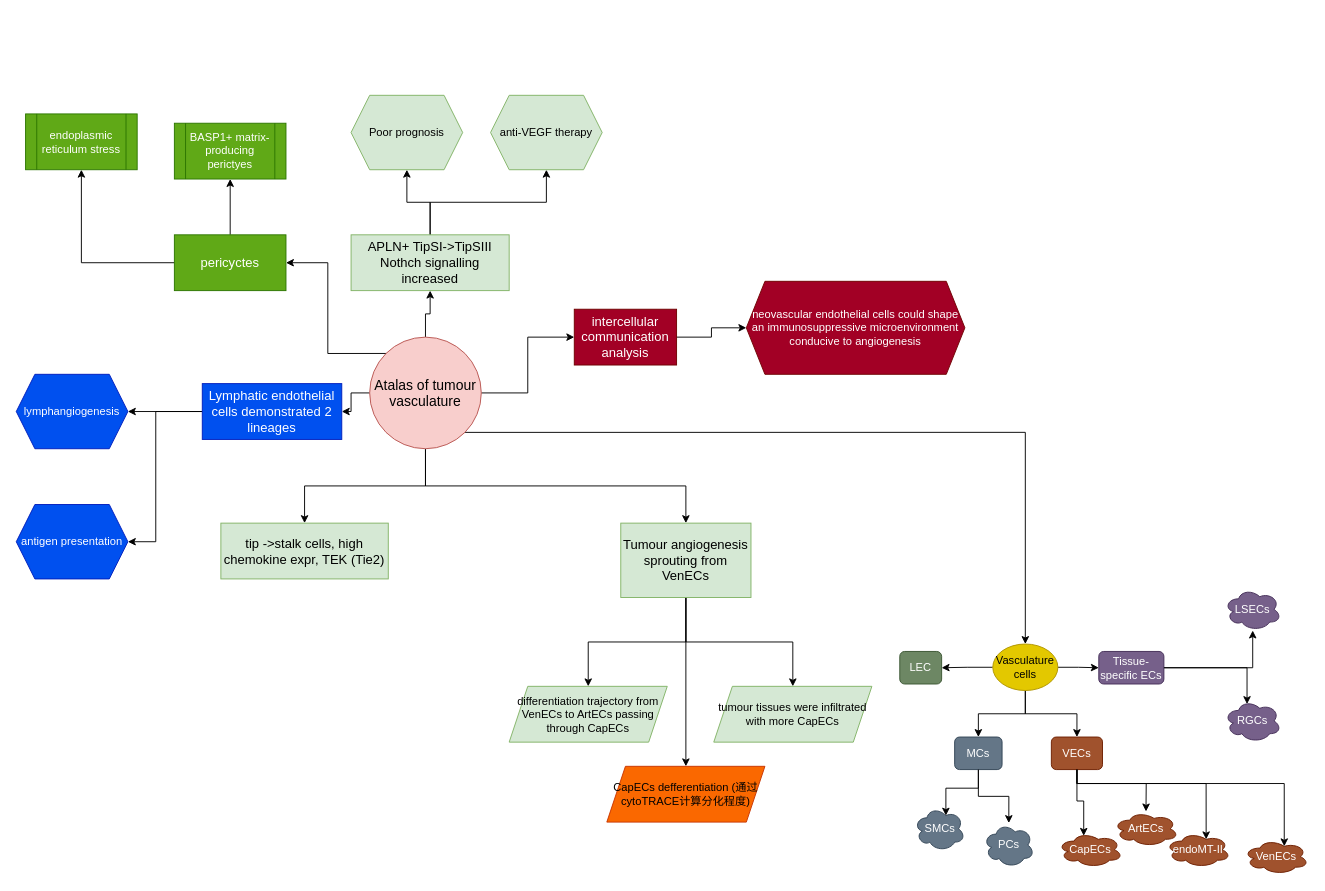
Earlier version of the draw.io diagram drawio_storage/mindmap_paper_tumour_vasculature_at_sc_resolution.drawio (ZhouYing0818/images_storage). Source tidied: cells renumbered, new cells numbered last; positions are measured from the earlier drawing's top-left corner, leaving out a move shared by most shapes. Both pictures are drawn from the tidied source at 93%, with x=0, y=0 at pixel (16, 95).
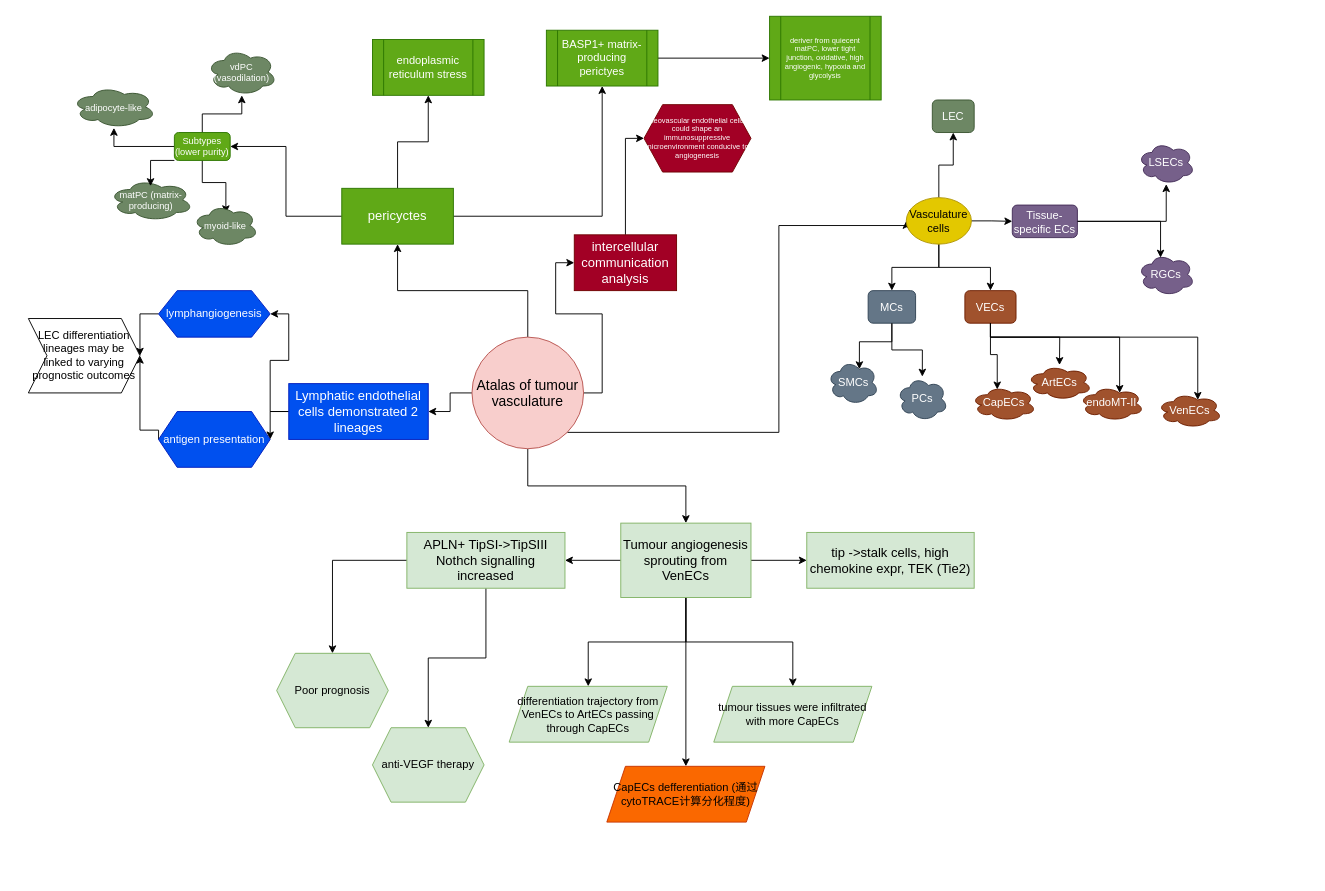
Above is the later version.

Unchanged cells that the change refers to:
```xml
<mxCell id="13" value="Tumour angiogenesis sprouting from VenECs" style="whiteSpace=wrap;html=1;fillColor=#d5e8d4;strokeColor=#82b366;fontSize=14;" parent="1" vertex="1">
  <mxGeometry x="650" y="460" width="140" height="80" as="geometry" />
</mxCell>
```

What changed in the source:
```diff
@@
-    <mxCell id="3" style="edgeStyle=orthogonalEdgeStyle;rounded=0;jettySize=auto;html=1;" parent="1" edge="1" source="9" target="16">
+    <mxCell id="3" style="edgeStyle=orthogonalEdgeStyle;rounded=0;jettySize=auto;html=1;exitX=0;exitY=0.5;exitDx=0;exitDy=0;" parent="1" edge="1" source="13" target="16">
       <mxGeometry relative="1" as="geometry" />
     </mxCell>
-    <mxCell id="4" style="edgeStyle=orthogonalEdgeStyle;rounded=0;jettySize=auto;html=1;" parent="1" edge="1" source="9" target="17">
-      <mxGeometry relative="1" as="geometry" />
-    </mxCell>
@@
-    <mxCell id="7" style="edgeStyle=orthogonalEdgeStyle;rounded=0;jettySize=auto;html=1;exitX=0;exitY=0;exitDx=0;exitDy=0;entryX=1;entryY=0.5;entryDx=0;entryDy=0;" parent="1" edge="1" source="9" target="29">
+    <mxCell id="7" style="edgeStyle=orthogonalEdgeStyle;rounded=0;jettySize=auto;html=1;exitX=0.5;exitY=0;exitDx=0;exitDy=0;entryX=0.5;entryY=1;entryDx=0;entryDy=0;" parent="1" edge="1" source="9" target="29">
       <mxGeometry relative="1" as="geometry" />
     </mxCell>
-    <mxCell id="8" style="edgeStyle=orthogonalEdgeStyle;rounded=0;jettySize=auto;html=1;exitX=1;exitY=1;exitDx=0;exitDy=0;" parent="1" edge="1" source="9" target="37">
-      <mxGeometry relative="1" as="geometry" />
+    <mxCell id="8" style="edgeStyle=orthogonalEdgeStyle;rounded=0;jettySize=auto;html=1;exitX=1;exitY=1;exitDx=0;exitDy=0;entryX=0;entryY=0.5;entryDx=0;entryDy=0;" parent="1" edge="1" source="9" target="37">
+      <mxGeometry relative="1" as="geometry">
+        <Array as="points">
+          <mxPoint x="820" y="362" />
+          <mxPoint x="820" y="140" />
+          <mxPoint x="957" y="140" />
+        </Array>
+      </mxGeometry>
     </mxCell>
     <mxCell id="9" value="Atalas of tumour vasculature" style="ellipse;whiteSpace=wrap;html=1;fillColor=#f8cecc;strokeColor=#b85450;fontSize=15;" parent="1" vertex="1">
-      <mxGeometry x="380" y="260" width="120" height="120" as="geometry" />
+      <mxGeometry x="490" y="260" width="120" height="120" as="geometry" />
     </mxCell>
@@
+    <mxCell id="61" style="edgeStyle=orthogonalEdgeStyle;rounded=0;jettySize=auto;html=1;exitX=1;exitY=0.5;exitDx=0;exitDy=0;entryX=0;entryY=0.5;entryDx=0;entryDy=0;" parent="1" edge="1" source="13" target="17">
+      <mxGeometry relative="1" as="geometry" />
+    </mxCell>
@@
-    <mxCell id="15" style="edgeStyle=orthogonalEdgeStyle;rounded=0;jettySize=auto;html=1;exitX=0.5;exitY=0;exitDx=0;exitDy=0;" parent="1" edge="1" source="16" target="19">
+    <mxCell id="15" style="edgeStyle=orthogonalEdgeStyle;rounded=0;jettySize=auto;html=1;exitX=0.5;exitY=1;exitDx=0;exitDy=0;" parent="1" edge="1" source="16" target="19">
       <mxGeometry relative="1" as="geometry" />
     </mxCell>
     <mxCell id="16" value="APLN+ TipSI-&amp;gt;TipSIII Nothch signalling increased" style="whiteSpace=wrap;html=1;fillColor=#d5e8d4;strokeColor=#82b366;fontSize=14;" parent="1" vertex="1">
-      <mxGeometry x="360" y="150" width="170" height="60" as="geometry" />
+      <mxGeometry x="420" y="470" width="170" height="60" as="geometry" />
     </mxCell>
     <mxCell id="17" value="tip -&amp;gt;stalk cells, high chemokine expr, TEK (Tie2)" style="whiteSpace=wrap;html=1;fillColor=#d5e8d4;strokeColor=#82b366;fontSize=14;" parent="1" vertex="1">
-      <mxGeometry x="220" y="460" width="180" height="60" as="geometry" />
+      <mxGeometry x="850" y="470" width="180" height="60" as="geometry" />
     </mxCell>
     <mxCell id="18" value="Poor prognosis" style="shape=hexagon;perimeter=hexagonPerimeter2;whiteSpace=wrap;html=1;fixedSize=1;fillColor=#d5e8d4;strokeColor=#82b366;" parent="1" vertex="1">
-      <mxGeometry x="360" width="120" height="80" as="geometry" />
+      <mxGeometry x="280" y="600" width="120" height="80" as="geometry" />
     </mxCell>
     <mxCell id="19" value="anti-VEGF therapy" style="shape=hexagon;perimeter=hexagonPerimeter2;whiteSpace=wrap;html=1;fixedSize=1;fillColor=#d5e8d4;strokeColor=#82b366;" parent="1" vertex="1">
-      <mxGeometry x="510" width="120" height="80" as="geometry" />
+      <mxGeometry x="383" y="680" width="120" height="80" as="geometry" />
     </mxCell>
-    <mxCell id="20" style="edgeStyle=orthogonalEdgeStyle;rounded=0;jettySize=auto;html=1;" parent="1" edge="1" source="22" target="23">
+    <mxCell id="20" style="edgeStyle=orthogonalEdgeStyle;rounded=0;jettySize=auto;html=1;entryX=1;entryY=0.5;entryDx=0;entryDy=0;" parent="1" edge="1" source="22" target="23">
       <mxGeometry relative="1" as="geometry" />
     </mxCell>
-    <mxCell id="21" style="edgeStyle=orthogonalEdgeStyle;rounded=0;jettySize=auto;html=1;exitX=0;exitY=0.5;exitDx=0;exitDy=0;" parent="1" edge="1" source="22" target="24">
-      <mxGeometry relative="1" as="geometry">
-        <Array as="points">
-          <mxPoint x="150" y="340" />
-          <mxPoint x="150" y="480" />
-        </Array>
-      </mxGeometry>
+    <mxCell id="21" style="edgeStyle=orthogonalEdgeStyle;rounded=0;jettySize=auto;html=1;exitX=0;exitY=0.5;exitDx=0;exitDy=0;entryX=1;entryY=0.5;entryDx=0;entryDy=0;" parent="1" edge="1" source="22" target="24">
+      <mxGeometry relative="1" as="geometry" />
     </mxCell>
     <mxCell id="22" value="Lymphatic endothelial cells demonstrated 2 lineages" style="whiteSpace=wrap;html=1;fillColor=#0050ef;strokeColor=#001DBC;fontColor=#ffffff;fontSize=14;" parent="1" vertex="1">
-      <mxGeometry x="200" y="310" width="150" height="60" as="geometry" />
+      <mxGeometry x="293" y="310" width="150" height="60" as="geometry" />
     </mxCell>
+    <mxCell id="62" style="edgeStyle=orthogonalEdgeStyle;rounded=0;jettySize=auto;html=1;exitX=0;exitY=0.5;exitDx=0;exitDy=0;entryX=1;entryY=0.5;entryDx=0;entryDy=0;" parent="1" edge="1" source="23" target="66">
+      <mxGeometry relative="1" as="geometry" />
+    </mxCell>
     <mxCell id="23" value="lymphangiogenesis" style="shape=hexagon;perimeter=hexagonPerimeter2;whiteSpace=wrap;html=1;fixedSize=1;fillColor=#0050ef;strokeColor=#001DBC;fontColor=#ffffff;" parent="1" vertex="1">
-      <mxGeometry y="300" width="120" height="80" as="geometry" />
+      <mxGeometry x="153" y="210" width="120" height="50" as="geometry" />
     </mxCell>
+    <mxCell id="63" style="edgeStyle=orthogonalEdgeStyle;rounded=0;jettySize=auto;html=1;exitX=0;exitY=0.5;exitDx=0;exitDy=0;entryX=1;entryY=0.5;entryDx=0;entryDy=0;" parent="1" edge="1" source="24" target="66">
+      <mxGeometry relative="1" as="geometry">
+        <Array as="points">
+          <mxPoint x="133" y="360" />
+        </Array>
+      </mxGeometry>
+    </mxCell>
     <mxCell id="24" value="antigen presentation" style="shape=hexagon;perimeter=hexagonPerimeter2;whiteSpace=wrap;html=1;fixedSize=1;fillColor=#0050ef;strokeColor=#001DBC;fontColor=#ffffff;" parent="1" vertex="1">
-      <mxGeometry y="440" width="120" height="80" as="geometry" />
+      <mxGeometry x="153" y="340" width="120" height="60" as="geometry" />
     </mxCell>
-    <mxCell id="25" style="edgeStyle=orthogonalEdgeStyle;rounded=0;jettySize=auto;html=1;" parent="1" edge="1" source="26" target="32">
+    <mxCell id="25" style="edgeStyle=orthogonalEdgeStyle;rounded=0;jettySize=auto;html=1;entryX=0;entryY=0.5;entryDx=0;entryDy=0;" parent="1" edge="1" source="26" target="32">
       <mxGeometry relative="1" as="geometry" />
     </mxCell>
     <mxCell id="26" value="intercellular communication analysis" style="rounded=0;whiteSpace=wrap;html=1;fillColor=#a20025;fontColor=#ffffff;strokeColor=#6F0000;fontSize=14;" parent="1" vertex="1">
-      <mxGeometry x="600" y="230" width="110" height="60" as="geometry" />
+      <mxGeometry x="600" y="150" width="110" height="60" as="geometry" />
     </mxCell>
@@
+    <mxCell id="64" style="edgeStyle=orthogonalEdgeStyle;rounded=0;jettySize=auto;html=1;exitX=0;exitY=0.5;exitDx=0;exitDy=0;entryX=1;entryY=0.5;entryDx=0;entryDy=0;" parent="1" edge="1" source="29" target="70">
+      <mxGeometry relative="1" as="geometry" />
+    </mxCell>
     <mxCell id="29" value="pericyctes" style="rounded=0;whiteSpace=wrap;html=1;fillColor=#60a917;fontColor=#ffffff;strokeColor=#2D7600;fontSize=14;" parent="1" vertex="1">
-      <mxGeometry x="170" y="150" width="120" height="60" as="geometry" />
+      <mxGeometry x="350" y="100" width="120" height="60" as="geometry" />
     </mxCell>
     <mxCell id="30" value="endoplasmic reticulum stress" style="shape=process;whiteSpace=wrap;html=1;backgroundOutline=1;fillColor=#60a917;strokeColor=#2D7600;fontColor=#ffffff;rounded=0;" parent="1" vertex="1">
-      <mxGeometry x="10" y="20" width="120" height="60" as="geometry" />
+      <mxGeometry x="383" y="-60" width="120" height="60" as="geometry" />
     </mxCell>
+    <mxCell id="65" style="edgeStyle=orthogonalEdgeStyle;rounded=0;jettySize=auto;html=1;" parent="1" edge="1" source="31" target="76">
+      <mxGeometry relative="1" as="geometry" />
+    </mxCell>
     <mxCell id="31" value="BASP1+ matrix-producing perictyes" style="shape=process;whiteSpace=wrap;html=1;backgroundOutline=1;fillColor=#60a917;strokeColor=#2D7600;fontColor=#ffffff;rounded=0;" parent="1" vertex="1">
-      <mxGeometry x="170" y="30" width="120" height="60" as="geometry" />
+      <mxGeometry x="570" y="-70" width="120" height="60" as="geometry" />
     </mxCell>
-    <mxCell id="32" value="neovascular endothelial cells could shape an immunosuppressive microenvironment conducive to angiogenesis" style="shape=hexagon;perimeter=hexagonPerimeter2;whiteSpace=wrap;html=1;fixedSize=1;fillColor=#a20025;strokeColor=#6F0000;fontColor=#ffffff;rounded=0;" parent="1" vertex="1">
-      <mxGeometry x="785" y="200" width="235" height="100" as="geometry" />
+    <mxCell id="32" value="neovascular endothelial cells could shape an immunosuppressive microenvironment conducive to angiogenesis" style="shape=hexagon;perimeter=hexagonPerimeter2;whiteSpace=wrap;html=1;fixedSize=1;fillColor=#a20025;strokeColor=#6F0000;fontColor=#ffffff;rounded=0;fontSize=8;" parent="1" vertex="1">
+      <mxGeometry x="675" y="10" width="115" height="72.5" as="geometry" />
     </mxCell>
@@
     <mxCell id="37" value="Vasculature cells" style="ellipse;whiteSpace=wrap;html=1;fillColor=#e3c800;fontColor=#000000;strokeColor=#B09500;" parent="1" vertex="1">
-      <mxGeometry x="1050" y="590" width="70" height="50" as="geometry" />
+      <mxGeometry x="957" y="110" width="70" height="50" as="geometry" />
     </mxCell>
     <mxCell id="38" style="edgeStyle=orthogonalEdgeStyle;rounded=0;jettySize=auto;html=1;exitX=0.5;exitY=1;exitDx=0;exitDy=0;" parent="1" edge="1" source="39" target="48">
       <mxGeometry relative="1" as="geometry">
         <Array as="points">
-          <mxPoint x="1141" y="740" />
-          <mxPoint x="1215" y="740" />
+          <mxPoint x="1048" y="260" />
+          <mxPoint x="1122" y="260" />
         </Array>
       </mxGeometry>
     </mxCell>
     <mxCell id="39" value="VECs" style="rounded=1;whiteSpace=wrap;html=1;fillColor=#a0522d;strokeColor=#6D1F00;fontColor=#ffffff;" parent="1" vertex="1">
-      <mxGeometry x="1113" y="690" width="55" height="35" as="geometry" />
+      <mxGeometry x="1020" y="210" width="55" height="35" as="geometry" />
     </mxCell>
@@
     <mxCell id="41" value="MCs" style="rounded=1;whiteSpace=wrap;html=1;fillColor=#647687;strokeColor=#314354;fontColor=#ffffff;" parent="1" vertex="1">
-      <mxGeometry x="1009" y="690" width="51" height="35" as="geometry" />
+      <mxGeometry x="916" y="210" width="51" height="35" as="geometry" />
     </mxCell>
     <mxCell id="42" value="LEC" style="rounded=1;whiteSpace=wrap;html=1;fillColor=#6d8764;strokeColor=#3A5431;fontColor=#ffffff;" parent="1" vertex="1">
-      <mxGeometry x="950" y="598" width="45" height="35" as="geometry" />
+      <mxGeometry x="985" y="5" width="45" height="35" as="geometry" />
     </mxCell>
@@
     <mxCell id="44" value="Tissue-specific ECs" style="rounded=1;whiteSpace=wrap;html=1;fillColor=#76608a;fontColor=#ffffff;strokeColor=#432D57;" parent="1" vertex="1">
-      <mxGeometry x="1164" y="598" width="70" height="35" as="geometry" />
+      <mxGeometry x="1071" y="118" width="70" height="35" as="geometry" />
     </mxCell>
     <mxCell id="45" value="LSECs" style="ellipse;shape=cloud;whiteSpace=wrap;html=1;fillColor=#76608a;strokeColor=#432D57;fontColor=#ffffff;rounded=1;" parent="1" vertex="1">
-      <mxGeometry x="1299" y="530" width="61" height="45.5" as="geometry" />
+      <mxGeometry x="1206" y="50" width="61" height="45.5" as="geometry" />
     </mxCell>
     <mxCell id="46" value="RGCs" style="ellipse;shape=cloud;whiteSpace=wrap;html=1;fillColor=#76608a;strokeColor=#432D57;fontColor=#ffffff;rounded=1;" parent="1" vertex="1">
-      <mxGeometry x="1299" y="650" width="61" height="45.5" as="geometry" />
+      <mxGeometry x="1206" y="170" width="61" height="45.5" as="geometry" />
     </mxCell>
@@
     <mxCell id="48" value="ArtECs" style="ellipse;shape=cloud;whiteSpace=wrap;html=1;fillColor=#a0522d;strokeColor=#6D1F00;fontColor=#ffffff;rounded=1;" parent="1" vertex="1">
-      <mxGeometry x="1180" y="770" width="69.5" height="37.5" as="geometry" />
+      <mxGeometry x="1087" y="290" width="69.5" height="37.5" as="geometry" />
     </mxCell>
     <mxCell id="49" value="CapECs" style="ellipse;shape=cloud;whiteSpace=wrap;html=1;fillColor=#a0522d;strokeColor=#6D1F00;fontColor=#ffffff;rounded=1;" parent="1" vertex="1">
-      <mxGeometry x="1120" y="792.5" width="69.5" height="37.5" as="geometry" />
+      <mxGeometry x="1027" y="312.5" width="69.5" height="37.5" as="geometry" />
     </mxCell>
     <mxCell id="50" value="VenECs" style="ellipse;shape=cloud;whiteSpace=wrap;html=1;fillColor=#a0522d;strokeColor=#6D1F00;fontColor=#ffffff;rounded=1;" parent="1" vertex="1">
-      <mxGeometry x="1320" y="800" width="69.5" height="37.5" as="geometry" />
+      <mxGeometry x="1227" y="320" width="69.5" height="37.5" as="geometry" />
     </mxCell>
     <mxCell id="51" value="endoMT-II" style="ellipse;shape=cloud;whiteSpace=wrap;html=1;fillColor=#a0522d;strokeColor=#6D1F00;fontColor=#ffffff;rounded=1;" parent="1" vertex="1">
-      <mxGeometry x="1236" y="792.5" width="69.5" height="37.5" as="geometry" />
+      <mxGeometry x="1143" y="312.5" width="69.5" height="37.5" as="geometry" />
     </mxCell>
     <mxCell id="52" style="edgeStyle=orthogonalEdgeStyle;rounded=0;jettySize=auto;html=1;exitX=0.5;exitY=1;exitDx=0;exitDy=0;entryX=0.625;entryY=0.2;entryDx=0;entryDy=0;entryPerimeter=0;" parent="1" edge="1" source="39" target="51">
       <mxGeometry relative="1" as="geometry">
         <Array as="points">
-          <mxPoint x="1141" y="740" />
-          <mxPoint x="1279" y="740" />
+          <mxPoint x="1048" y="260" />
+          <mxPoint x="1186" y="260" />
         </Array>
       </mxGeometry>
     </mxCell>
@@
     <mxCell id="54" style="edgeStyle=orthogonalEdgeStyle;rounded=0;jettySize=auto;html=1;exitX=0.5;exitY=1;exitDx=0;exitDy=0;entryX=0.625;entryY=0.2;entryDx=0;entryDy=0;entryPerimeter=0;" parent="1" edge="1" source="39" target="50">
       <mxGeometry relative="1" as="geometry">
         <Array as="points">
-          <mxPoint x="1141" y="740" />
-          <mxPoint x="1363" y="740" />
+          <mxPoint x="1048" y="260" />
+          <mxPoint x="1270" y="260" />
         </Array>
       </mxGeometry>
     </mxCell>
     <mxCell id="55" value="PCs" style="ellipse;shape=cloud;whiteSpace=wrap;html=1;fillColor=#647687;strokeColor=#314354;fontColor=#ffffff;rounded=1;" parent="1" vertex="1">
-      <mxGeometry x="1040" y="782.5" width="54.5" height="47.5" as="geometry" />
+      <mxGeometry x="947" y="302.5" width="54.5" height="47.5" as="geometry" />
     </mxCell>
     <mxCell id="56" value="SMCs" style="ellipse;shape=cloud;whiteSpace=wrap;html=1;fillColor=#647687;strokeColor=#314354;fontColor=#ffffff;rounded=1;" parent="1" vertex="1">
-      <mxGeometry x="965.5" y="765" width="54.5" height="47.5" as="geometry" />
+      <mxGeometry x="872.5" y="285" width="54.5" height="47.5" as="geometry" />
     </mxCell>
@@
+    <mxCell id="66" value="LEC differentiation lineages may be linked to varying prognostic outcomes" style="shape=step;perimeter=stepPerimeter;whiteSpace=wrap;html=1;fixedSize=1;" parent="1" vertex="1">
+      <mxGeometry x="13" y="240" width="120" height="80" as="geometry" />
+    </mxCell>
+    <mxCell id="67" style="edgeStyle=orthogonalEdgeStyle;rounded=0;jettySize=auto;html=1;" parent="1" edge="1" source="70" target="71">
+      <mxGeometry relative="1" as="geometry" />
+    </mxCell>
+    <mxCell id="68" style="edgeStyle=orthogonalEdgeStyle;rounded=0;jettySize=auto;html=1;" parent="1" edge="1" source="70" target="72">
+      <mxGeometry relative="1" as="geometry" />
+    </mxCell>
+    <mxCell id="69" style="edgeStyle=orthogonalEdgeStyle;rounded=0;jettySize=auto;html=1;entryX=0.505;entryY=0.207;entryDx=0;entryDy=0;entryPerimeter=0;" parent="1" edge="1" source="70" target="73">
+      <mxGeometry relative="1" as="geometry" />
+    </mxCell>
+    <mxCell id="70" value="Subtypes (lower purity)" style="rounded=1;whiteSpace=wrap;html=1;fillColor=#60a917;fontColor=#ffffff;strokeColor=#2D7600;fontSize=10;" parent="1" vertex="1">
+      <mxGeometry x="170" y="40" width="60" height="30" as="geometry" />
+    </mxCell>
+    <mxCell id="71" value="vdPC (vasodilation)" style="ellipse;shape=cloud;whiteSpace=wrap;html=1;fillColor=#6d8764;strokeColor=#3A5431;fontColor=#ffffff;rounded=1;fontSize=10;" parent="1" vertex="1">
+      <mxGeometry x="205" y="-50" width="75" height="50" as="geometry" />
+    </mxCell>
+    <mxCell id="72" value="adipocyte-like" style="ellipse;shape=cloud;whiteSpace=wrap;html=1;fontSize=10;fillColor=#6d8764;strokeColor=#3A5431;fontColor=#ffffff;rounded=1;" parent="1" vertex="1">
+      <mxGeometry x="60" y="-10" width="90" height="45" as="geometry" />
+    </mxCell>
+    <mxCell id="73" value="myoid-like" style="ellipse;shape=cloud;whiteSpace=wrap;html=1;fontSize=10;fillColor=#6d8764;strokeColor=#3A5431;fontColor=#ffffff;rounded=1;" parent="1" vertex="1">
+      <mxGeometry x="190" y="117.5" width="70" height="45" as="geometry" />
+    </mxCell>
+    <mxCell id="74" value="matPC (matrix-producing)" style="ellipse;shape=cloud;whiteSpace=wrap;html=1;fontSize=10;fillColor=#6d8764;strokeColor=#3A5431;fontColor=#ffffff;rounded=1;" parent="1" vertex="1">
+      <mxGeometry x="100" y="90" width="90" height="45" as="geometry" />
+    </mxCell>
+    <mxCell id="75" style="edgeStyle=orthogonalEdgeStyle;rounded=0;jettySize=auto;html=1;exitX=0;exitY=1;exitDx=0;exitDy=0;entryX=0.493;entryY=0.17;entryDx=0;entryDy=0;entryPerimeter=0;" parent="1" edge="1" source="70" target="74">
+      <mxGeometry relative="1" as="geometry" />
+    </mxCell>
+    <mxCell id="76" value="deriver from quiecent matPC, lower tight junction, oxidative, high angiogenic, hypoxia and glycolysis" style="shape=process;whiteSpace=wrap;html=1;backgroundOutline=1;fillColor=#60a917;strokeColor=#2D7600;fontColor=#ffffff;rounded=0;fontSize=8;" parent="1" vertex="1">
+      <mxGeometry x="810" y="-85" width="120" height="90" as="geometry" />
+    </mxCell>
```
